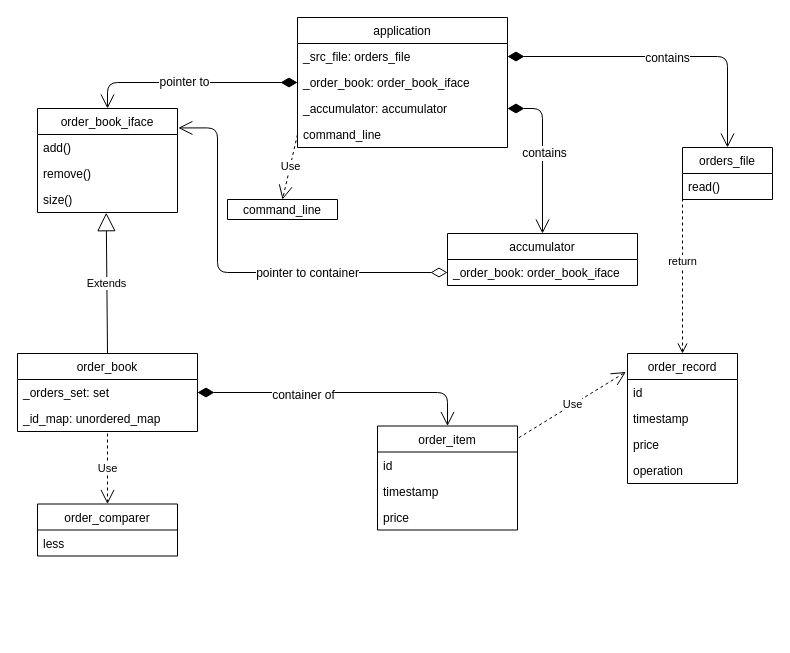
The draw.io diagram Doc/diagram.drawio in quolia/Wargaming_Test_OrderBookCpp, before the edit. Source tidied: cells renumbered, new cells numbered last; positions are measured from the earlier drawing's top-left corner, leaving out a move shared by most shapes. Both pictures are drawn from the tidied source at 100%, with x=0, y=0 at pixel (17, 17).
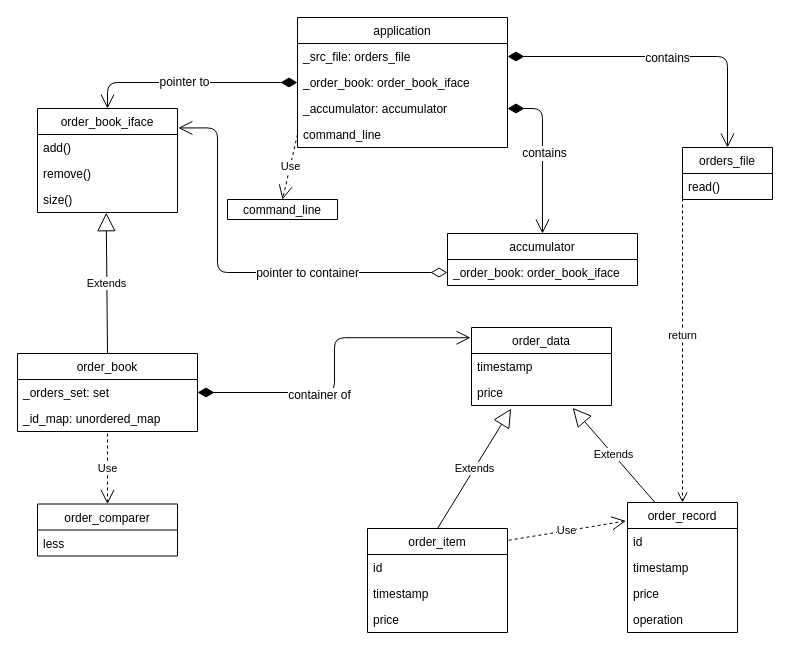
After the change.

The change refers to these unchanged cells:
```xml
<mxCell id="17" value="_orders_set: set" style="text;strokeColor=none;fillColor=none;align=left;verticalAlign=top;spacingLeft=4;spacingRight=4;overflow=hidden;points=[[0,0.5],[1,0.5]];portConstraint=eastwest;" parent="16" vertex="1">
  <mxGeometry y="26" width="180" height="26" as="geometry" />
</mxCell>
```

Diff of the diagram source:
```diff
@@
     <mxCell id="19" value="order_item" style="swimlane;fontStyle=0;horizontal=1;startSize=26;fillColor=none;" parent="1" vertex="1">
-      <mxGeometry x="360" y="408.5" width="140" height="104" as="geometry" />
+      <mxGeometry x="350" y="511" width="140" height="104" as="geometry" />
     </mxCell>
@@
     <mxCell id="23" value="order_record" style="swimlane;fontStyle=0;horizontal=1;startSize=26;fillColor=none;" parent="1" vertex="1">
-      <mxGeometry x="610" y="336" width="110" height="130" as="geometry" />
+      <mxGeometry x="610" y="485" width="110" height="130" as="geometry" />
     </mxCell>
@@
-    <mxCell id="38" style="endArrow=open;html=1;endSize=12;startArrow=diamondThin;startSize=14;startFill=1;edgeStyle=orthogonalEdgeStyle;align=left;verticalAlign=bottom;exitX=1;exitY=0.5;exitDx=0;exitDy=0;entryX=0.5;entryY=0;entryDx=0;entryDy=0;" parent="1" edge="1" source="17" target="19">
+    <mxCell id="38" style="endArrow=open;html=1;endSize=12;startArrow=diamondThin;startSize=14;startFill=1;edgeStyle=orthogonalEdgeStyle;align=left;verticalAlign=bottom;exitX=1;exitY=0.5;exitDx=0;exitDy=0;entryX=-0.007;entryY=0.131;entryDx=0;entryDy=0;entryPerimeter=0;" parent="1" edge="1" source="17" target="45">
       <mxGeometry x="-0.51" y="39" relative="1" as="geometry" />
     </mxCell>
@@
+    <mxCell id="45" value="order_data" style="swimlane;fontStyle=0;horizontal=1;startSize=26;fillColor=none;" parent="1" vertex="1">
+      <mxGeometry x="454" y="310" width="140" height="78" as="geometry" />
+    </mxCell>
+    <mxCell id="46" value="timestamp" style="text;strokeColor=none;fillColor=none;align=left;verticalAlign=top;spacingLeft=4;spacingRight=4;overflow=hidden;" parent="45" vertex="1">
+      <mxGeometry y="26" width="140" height="26" as="geometry" />
+    </mxCell>
+    <mxCell id="47" value="price" style="text;strokeColor=none;fillColor=none;align=left;verticalAlign=top;spacingLeft=4;spacingRight=4;overflow=hidden;points=[[0,0.5],[1,0.5]];portConstraint=eastwest;" parent="45" vertex="1">
+      <mxGeometry y="52" width="140" height="26" as="geometry" />
+    </mxCell>
+    <mxCell id="48" value="Extends" style="endArrow=block;endSize=16;endFill=0;html=1;exitX=0.25;exitY=0;exitDx=0;exitDy=0;entryX=0.723;entryY=1.092;entryDx=0;entryDy=0;entryPerimeter=0;" parent="1" edge="1" source="23" target="47">
+      <mxGeometry relative="1" as="geometry" />
+    </mxCell>
+    <mxCell id="49" value="Extends" style="endArrow=block;endSize=16;endFill=0;html=1;exitX=0.5;exitY=0;exitDx=0;exitDy=0;entryX=0.283;entryY=1.123;entryDx=0;entryDy=0;entryPerimeter=0;" parent="1" edge="1" source="19" target="47">
+      <mxGeometry relative="1" as="geometry" />
+    </mxCell>
```
